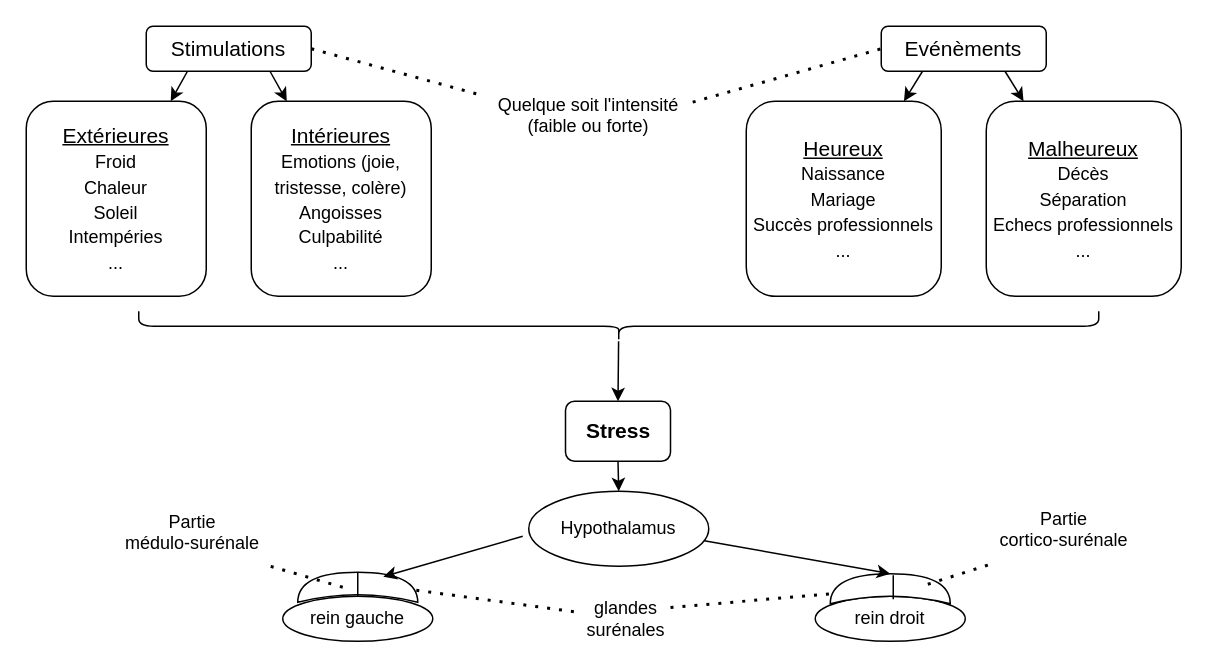
Before: Untitled Diagram.drawio in rvcmla/formation, a draw.io diagram. Source tidied: cells renumbered, new cells numbered last; positions are measured from the earlier drawing's top-left corner, leaving out a move shared by most shapes. Both pictures are drawn from the tidied source at 150%, with x=0, y=0 at pixel (26, -154).
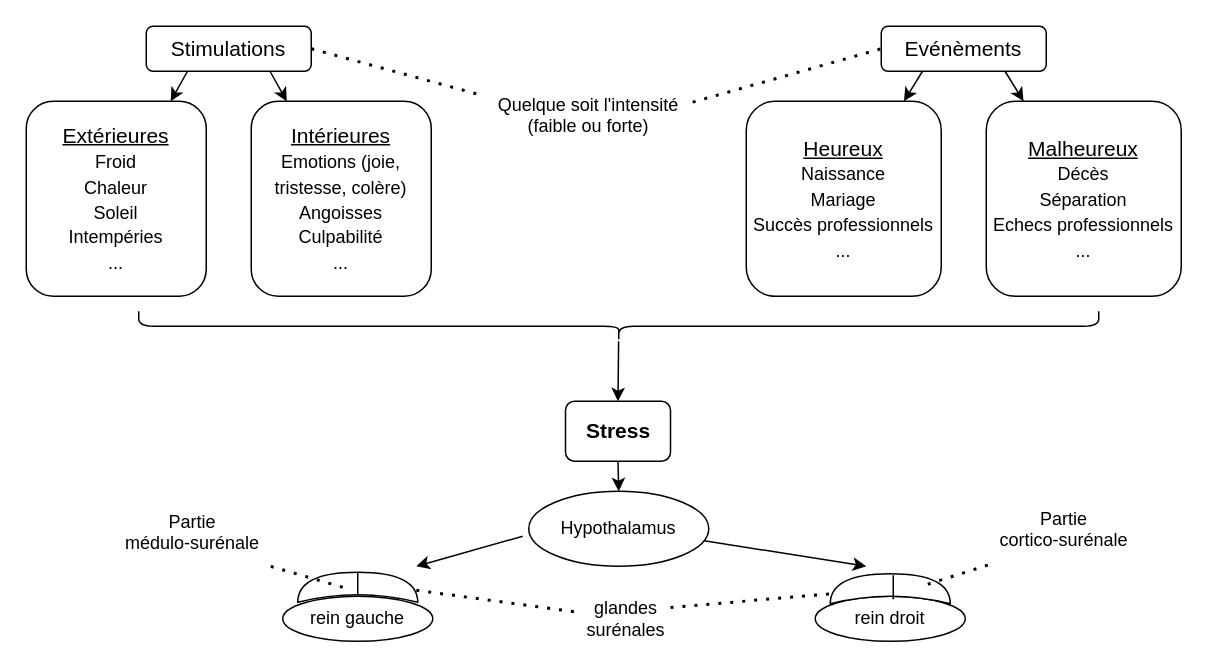
The same diagram, later.

Unchanged cells that the change refers to:
```xml
<mxCell id="17" value="Hypothalamus" style="ellipse;whiteSpace=wrap;html=1;fontSize=12;" parent="1" vertex="1">
  <mxGeometry x="335" y="430" width="120" height="50" as="geometry" />
</mxCell>
<mxCell id="20" style="shape=xor;whiteSpace=wrap;html=1;fontSize=12;rotation=-90;" parent="1" vertex="1">
  <mxGeometry x="211" y="454" width="20" height="80" as="geometry" />
</mxCell>
<mxCell id="23" style="shape=xor;whiteSpace=wrap;html=1;fontSize=12;rotation=-90;" parent="1" vertex="1">
  <mxGeometry x="566" y="455" width="20" height="80" as="geometry" />
</mxCell>
```

What changed in the source:
```diff
@@
-    <mxCell id="27" style="endArrow=classic;html=1;rounded=0;fontSize=12;entryX=0.85;entryY=0.713;entryDx=0;entryDy=0;entryPerimeter=0;" parent="1" edge="1" target="20">
+    <mxCell id="27" style="endArrow=classic;html=1;rounded=0;fontSize=12;" parent="1" edge="1">
       <mxGeometry relative="1" as="geometry">
         <mxPoint x="331" y="460" as="sourcePoint" />
+        <mxPoint x="260" y="480" as="targetPoint" />
       </mxGeometry>
     </mxCell>
-    <mxCell id="28" style="endArrow=classic;html=1;rounded=0;fontSize=12;exitX=0.975;exitY=0.66;exitDx=0;exitDy=0;exitPerimeter=0;entryX=1;entryY=0.5;entryDx=0;entryDy=0;entryPerimeter=0;" parent="1" edge="1" source="17" target="23">
-      <mxGeometry relative="1" as="geometry" />
+    <mxCell id="28" style="endArrow=classic;html=1;rounded=0;fontSize=12;exitX=0.975;exitY=0.66;exitDx=0;exitDy=0;exitPerimeter=0;" parent="1" edge="1" source="17">
+      <mxGeometry relative="1" as="geometry">
+        <mxPoint x="560" y="480" as="targetPoint" />
+      </mxGeometry>
     </mxCell>
```
